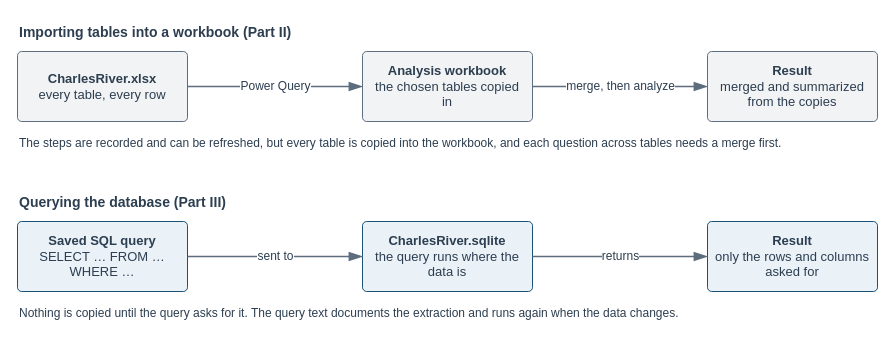
This is visuals/src/fig-09-01-import-vs-query.drawio from mmcodesso/Accounting_Analytics_Book, a draw.io file, before an edit. Source tidied: cells renumbered, new cells numbered last; positions are measured from the earlier drawing's top-left corner, leaving out a move shared by most shapes. Both pictures are drawn from the tidied source at 100%, with x=0, y=0 at pixel (17, 17).
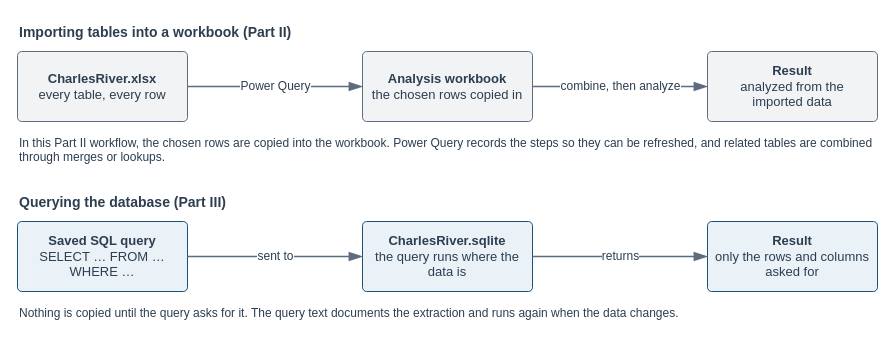
The same page after the edit.

Change to the diagram source:
```diff
@@
 <mxGraphModel background="#FFFFFF">
   <root>
     <mxCell id="0" />
     <mxCell id="1" parent="0" />
     <mxCell id="2" style="rounded=0;html=1;fillColor=none;strokeColor=none;" parent="1" vertex="1">
       <mxGeometry width="860" height="324" as="geometry" />
     </mxCell>
     <mxCell id="3" value="&lt;b&gt;Importing tables into a workbook (Part II)&lt;/b&gt;" style="text;html=1;whiteSpace=wrap;align=left;verticalAlign=top;fontSize=14;fontColor=#2C3E50;fontStyle=0;fontFamily=Helvetica;spacing=2;fillColor=none;strokeColor=none;" parent="1" vertex="1">
       <mxGeometry width="860" height="22" as="geometry" />
     </mxCell>
     <mxCell id="4" value="&lt;b&gt;CharlesRiver.xlsx&lt;/b&gt;&lt;br&gt;every table, every row" style="rounded=1;arcSize=6;whiteSpace=wrap;html=1;fillColor=#F2F3F4;strokeColor=#5D6D7E;strokeWidth=1;fontColor=#2C3E50;fontSize=13;fontStyle=0;align=center;verticalAlign=middle;fontFamily=Helvetica;spacingLeft=6;spacingRight=6;" parent="1" vertex="1">
       <mxGeometry y="34" width="170" height="70" as="geometry" />
     </mxCell>
-    <mxCell id="5" value="&lt;b&gt;Analysis workbook&lt;/b&gt;&lt;br&gt;the chosen tables copied in" style="rounded=1;arcSize=6;whiteSpace=wrap;html=1;fillColor=#F2F3F4;strokeColor=#5D6D7E;strokeWidth=1;fontColor=#2C3E50;fontSize=13;fontStyle=0;align=center;verticalAlign=middle;fontFamily=Helvetica;spacingLeft=6;spacingRight=6;" parent="1" vertex="1">
+    <mxCell id="5" value="&lt;b&gt;Analysis workbook&lt;/b&gt;&lt;br&gt;the chosen rows copied in" style="rounded=1;arcSize=6;whiteSpace=wrap;html=1;fillColor=#F2F3F4;strokeColor=#5D6D7E;strokeWidth=1;fontColor=#2C3E50;fontSize=13;fontStyle=0;align=center;verticalAlign=middle;fontFamily=Helvetica;spacingLeft=6;spacingRight=6;" parent="1" vertex="1">
       <mxGeometry x="345" y="34" width="170" height="70" as="geometry" />
     </mxCell>
-    <mxCell id="6" value="&lt;b&gt;Result&lt;/b&gt;&lt;br&gt;merged and summarized from the copies" style="rounded=1;arcSize=6;whiteSpace=wrap;html=1;fillColor=#F2F3F4;strokeColor=#5D6D7E;strokeWidth=1;fontColor=#2C3E50;fontSize=13;fontStyle=0;align=center;verticalAlign=middle;fontFamily=Helvetica;spacingLeft=6;spacingRight=6;" parent="1" vertex="1">
+    <mxCell id="6" value="&lt;b&gt;Result&lt;/b&gt;&lt;br&gt;analyzed from the imported data" style="rounded=1;arcSize=6;whiteSpace=wrap;html=1;fillColor=#F2F3F4;strokeColor=#5D6D7E;strokeWidth=1;fontColor=#2C3E50;fontSize=13;fontStyle=0;align=center;verticalAlign=middle;fontFamily=Helvetica;spacingLeft=6;spacingRight=6;" parent="1" vertex="1">
       <mxGeometry x="690" y="34" width="170" height="70" as="geometry" />
     </mxCell>
     <mxCell id="7" value="Power Query" style="edgeStyle=orthogonalEdgeStyle;rounded=1;html=1;startArrow=none;endArrow=blockThin;startFill=0;endFill=1;startSize=10;endSize=10;strokeColor=#5D6D7E;strokeWidth=1.5;fontSize=12;fontColor=#2C3E50;fontFamily=Helvetica;labelBackgroundColor=#FFFFFF;" parent="1" edge="1" source="4" target="5">
       <mxGeometry relative="1" as="geometry" />
     </mxCell>
-    <mxCell id="8" value="merge, then analyze" style="edgeStyle=orthogonalEdgeStyle;rounded=1;html=1;startArrow=none;endArrow=blockThin;startFill=0;endFill=1;startSize=10;endSize=10;strokeColor=#5D6D7E;strokeWidth=1.5;fontSize=12;fontColor=#2C3E50;fontFamily=Helvetica;labelBackgroundColor=#FFFFFF;" parent="1" edge="1" source="5" target="6">
+    <mxCell id="8" value="combine, then analyze" style="edgeStyle=orthogonalEdgeStyle;rounded=1;html=1;startArrow=none;endArrow=blockThin;startFill=0;endFill=1;startSize=10;endSize=10;strokeColor=#5D6D7E;strokeWidth=1.5;fontSize=12;fontColor=#2C3E50;fontFamily=Helvetica;labelBackgroundColor=#FFFFFF;" parent="1" edge="1" source="5" target="6">
       <mxGeometry relative="1" as="geometry" />
     </mxCell>
-    <mxCell id="9" value="The steps are recorded and can be refreshed, but every table is copied into the workbook, and each question across tables needs a merge first." style="text;html=1;whiteSpace=wrap;align=left;verticalAlign=top;fontSize=12;fontColor=#2C3E50;fontStyle=0;fontFamily=Helvetica;spacing=2;fillColor=none;strokeColor=none;" parent="1" vertex="1">
+    <mxCell id="9" value="In this Part II workflow, the chosen rows are copied into the workbook. Power Query records the steps so they can be refreshed, and related tables are combined through merges or lookups." style="text;html=1;whiteSpace=wrap;align=left;verticalAlign=top;fontSize=12;fontColor=#2C3E50;fontStyle=0;fontFamily=Helvetica;spacing=2;fillColor=none;strokeColor=none;" parent="1" vertex="1">
       <mxGeometry y="112" width="860" height="40" as="geometry" />
     </mxCell>
     <mxCell id="10" value="&lt;b&gt;Querying the database (Part III)&lt;/b&gt;" style="text;html=1;whiteSpace=wrap;align=left;verticalAlign=top;fontSize=14;fontColor=#2C3E50;fontStyle=0;fontFamily=Helvetica;spacing=2;fillColor=none;strokeColor=none;" parent="1" vertex="1">
       <mxGeometry y="170" width="860" height="22" as="geometry" />
     </mxCell>
     <mxCell id="11" value="&lt;b&gt;Saved SQL query&lt;/b&gt;&lt;br&gt;SELECT … FROM … WHERE …" style="rounded=1;arcSize=6;whiteSpace=wrap;html=1;fillColor=#EAF2F8;strokeColor=#1A5276;strokeWidth=1;fontColor=#2C3E50;fontSize=13;fontStyle=0;align=center;verticalAlign=middle;fontFamily=Helvetica;spacingLeft=6;spacingRight=6;" parent="1" vertex="1">
       <mxGeometry y="204" width="170" height="70" as="geometry" />
     </mxCell>
     <mxCell id="12" value="&lt;b&gt;CharlesRiver.sqlite&lt;/b&gt;&lt;br&gt;the query runs where the data is" style="rounded=1;arcSize=6;whiteSpace=wrap;html=1;fillColor=#EAF2F8;strokeColor=#1A5276;strokeWidth=1;fontColor=#2C3E50;fontSize=13;fontStyle=0;align=center;verticalAlign=middle;fontFamily=Helvetica;spacingLeft=6;spacingRight=6;" parent="1" vertex="1">
       <mxGeometry x="345" y="204" width="170" height="70" as="geometry" />
     </mxCell>
     <mxCell id="13" value="&lt;b&gt;Result&lt;/b&gt;&lt;br&gt;only the rows and columns asked for" style="rounded=1;arcSize=6;whiteSpace=wrap;html=1;fillColor=#EAF2F8;strokeColor=#1A5276;strokeWidth=1;fontColor=#2C3E50;fontSize=13;fontStyle=0;align=center;verticalAlign=middle;fontFamily=Helvetica;spacingLeft=6;spacingRight=6;" parent="1" vertex="1">
       <mxGeometry x="690" y="204" width="170" height="70" as="geometry" />
     </mxCell>
     <mxCell id="14" value="sent to" style="edgeStyle=orthogonalEdgeStyle;rounded=1;html=1;startArrow=none;endArrow=blockThin;startFill=0;endFill=1;startSize=10;endSize=10;strokeColor=#5D6D7E;strokeWidth=1.5;fontSize=12;fontColor=#2C3E50;fontFamily=Helvetica;labelBackgroundColor=#FFFFFF;" parent="1" edge="1" source="11" target="12">
       <mxGeometry relative="1" as="geometry" />
     </mxCell>
     <mxCell id="15" value="returns" style="edgeStyle=orthogonalEdgeStyle;rounded=1;html=1;startArrow=none;endArrow=blockThin;startFill=0;endFill=1;startSize=10;endSize=10;strokeColor=#5D6D7E;strokeWidth=1.5;fontSize=12;fontColor=#2C3E50;fontFamily=Helvetica;labelBackgroundColor=#FFFFFF;" parent="1" edge="1" source="12" target="13">
       <mxGeometry relative="1" as="geometry" />
     </mxCell>
     <mxCell id="16" value="Nothing is copied until the query asks for it. The query text documents the extraction and runs again when the data changes." style="text;html=1;whiteSpace=wrap;align=left;verticalAlign=top;fontSize=12;fontColor=#2C3E50;fontStyle=0;fontFamily=Helvetica;spacing=2;fillColor=none;strokeColor=none;" parent="1" vertex="1">
       <mxGeometry y="282" width="860" height="40" as="geometry" />
     </mxCell>
   </root>
 </mxGraphModel>
```
